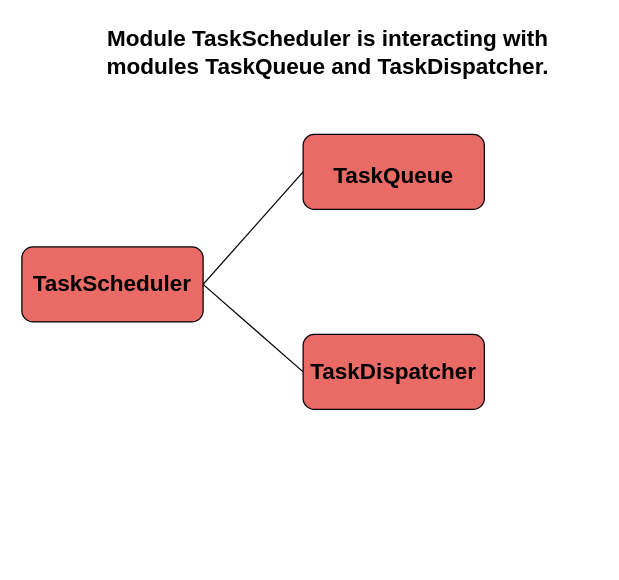
The draw.io diagram page "block diagram TaskDispatcher" (5 of 6) of figs/sociable-vs-solitary-unit-test.drawio in NathanKr/unit-testing-of-a-real-world-ts-system, before the edit. Source tidied: cells renumbered, new cells numbered last; positions are measured from the earlier drawing's top-left corner, leaving out a move shared by most shapes. Both pictures are drawn from the tidied source at 125%, with x=0, y=0 at pixel (21, 21).
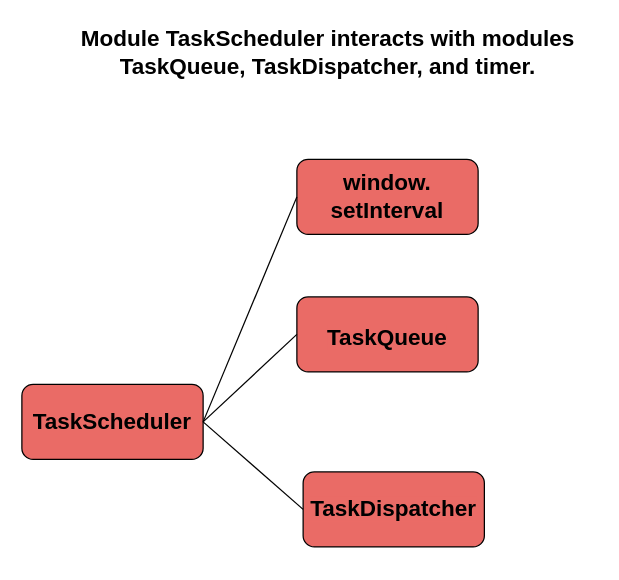
Above is the later version.

What changed in the source:
```diff
@@
 <mxGraphModel>
   <root>
     <mxCell id="0" />
     <mxCell id="1" parent="0" />
     <mxCell id="2" value="&lt;b&gt;&lt;font style=&quot;font-size: 18px&quot;&gt;TaskScheduler&lt;/font&gt;&lt;/b&gt;" style="rounded=1;whiteSpace=wrap;html=1;fillColor=#EA6B66;" parent="1" vertex="1">
-      <mxGeometry y="180" width="145" height="60" as="geometry" />
+      <mxGeometry y="290" width="145" height="60" as="geometry" />
     </mxCell>
     <mxCell id="3" value="&lt;span style=&quot;background-color: rgb(234 , 107 , 102)&quot;&gt;&lt;br&gt;&lt;br&gt;&lt;/span&gt;&lt;b style=&quot;color: rgb(0 , 0 , 0) ; font-family: &amp;#34;helvetica&amp;#34; ; font-style: normal ; letter-spacing: normal ; text-align: center ; text-indent: 0px ; text-transform: none ; word-spacing: 0px&quot;&gt;&lt;font style=&quot;font-size: 18px&quot;&gt;&lt;span style=&quot;background-color: rgb(234 , 107 , 102)&quot;&gt;TaskQueue&lt;br&gt;&lt;/span&gt;&lt;br&gt;&lt;/font&gt;&lt;/b&gt;" style="rounded=1;whiteSpace=wrap;html=1;fillColor=#EA6B66;" parent="1" vertex="1">
-      <mxGeometry x="225" y="90" width="145" height="60" as="geometry" />
+      <mxGeometry x="220" y="220" width="145" height="60" as="geometry" />
     </mxCell>
     <mxCell id="4" value="&lt;span style=&quot;background-color: rgb(234 , 107 , 102)&quot;&gt;&lt;br&gt;&lt;br&gt;&lt;/span&gt;&lt;b style=&quot;color: rgb(0 , 0 , 0) ; font-family: &amp;#34;helvetica&amp;#34; ; font-style: normal ; letter-spacing: normal ; text-align: center ; text-indent: 0px ; text-transform: none ; word-spacing: 0px&quot;&gt;&lt;font&gt;&lt;span style=&quot;font-size: 18px ; background-color: rgb(234 , 107 , 102)&quot;&gt;TaskDispatcher&lt;br&gt;&lt;/span&gt;&lt;br&gt;&lt;br&gt;&lt;/font&gt;&lt;/b&gt;" style="rounded=1;whiteSpace=wrap;html=1;fillColor=#EA6B66;" parent="1" vertex="1">
-      <mxGeometry x="225" y="250" width="145" height="60" as="geometry" />
+      <mxGeometry x="225" y="360" width="145" height="60" as="geometry" />
     </mxCell>
     <mxCell id="5" style="endArrow=none;html=1;entryX=0;entryY=0.5;entryDx=0;entryDy=0;" parent="1" edge="1" target="3">
       <mxGeometry relative="1" as="geometry">
-        <mxPoint x="145" y="210" as="sourcePoint" />
+        <mxPoint x="145" y="320" as="sourcePoint" />
       </mxGeometry>
     </mxCell>
     <mxCell id="6" style="endArrow=none;html=1;exitX=1;exitY=0.5;exitDx=0;exitDy=0;entryX=0;entryY=0.5;entryDx=0;entryDy=0;" parent="1" edge="1" source="2" target="4">
       <mxGeometry relative="1" as="geometry" />
     </mxCell>
-    <mxCell id="7" value="&lt;font style=&quot;font-size: 18px&quot;&gt;&lt;b&gt;Module&amp;nbsp;&lt;/b&gt;&lt;b style=&quot;font-size: 12px&quot;&gt;&lt;font style=&quot;font-size: 18px&quot;&gt;TaskScheduler&lt;/font&gt;&lt;/b&gt;&lt;b&gt;&amp;nbsp;is interacting with modules TaskQueue and TaskDispatcher.&lt;/b&gt;&lt;/font&gt;" style="text;html=1;strokeColor=none;fillColor=none;align=center;verticalAlign=middle;whiteSpace=wrap;rounded=0;" parent="1" vertex="1">
+    <mxCell id="7" value="&lt;font style=&quot;font-size: 18px&quot;&gt;&lt;b&gt;Module&amp;nbsp;&lt;/b&gt;&lt;b style=&quot;font-size: 12px&quot;&gt;&lt;font style=&quot;font-size: 18px&quot;&gt;TaskScheduler&lt;/font&gt;&lt;/b&gt;&lt;b&gt;&amp;nbsp;interacts with modules TaskQueue, TaskDispatcher, and timer.&lt;/b&gt;&lt;/font&gt;" style="text;html=1;strokeColor=none;fillColor=none;align=center;verticalAlign=middle;whiteSpace=wrap;rounded=0;" parent="1" vertex="1">
       <mxGeometry x="30" width="430" height="50" as="geometry" />
     </mxCell>
+    <mxCell id="8" value="&lt;span style=&quot;text-align: center ; text-indent: 0px&quot;&gt;&lt;font&gt;&lt;b&gt;&lt;font style=&quot;font-size: 18px&quot;&gt;window.&lt;br&gt;setInterval&lt;/font&gt;&lt;/b&gt;&lt;br&gt;&lt;/font&gt;&lt;/span&gt;" style="rounded=1;whiteSpace=wrap;html=1;fillColor=#EA6B66;" parent="1" vertex="1">
+      <mxGeometry x="220" y="110" width="145" height="60" as="geometry" />
+    </mxCell>
+    <mxCell id="9" style="endArrow=none;html=1;entryX=0;entryY=0.5;entryDx=0;entryDy=0;exitX=1;exitY=0.5;exitDx=0;exitDy=0;" parent="1" edge="1" source="2" target="8">
+      <mxGeometry relative="1" as="geometry" />
+    </mxCell>
   </root>
 </mxGraphModel>
```
